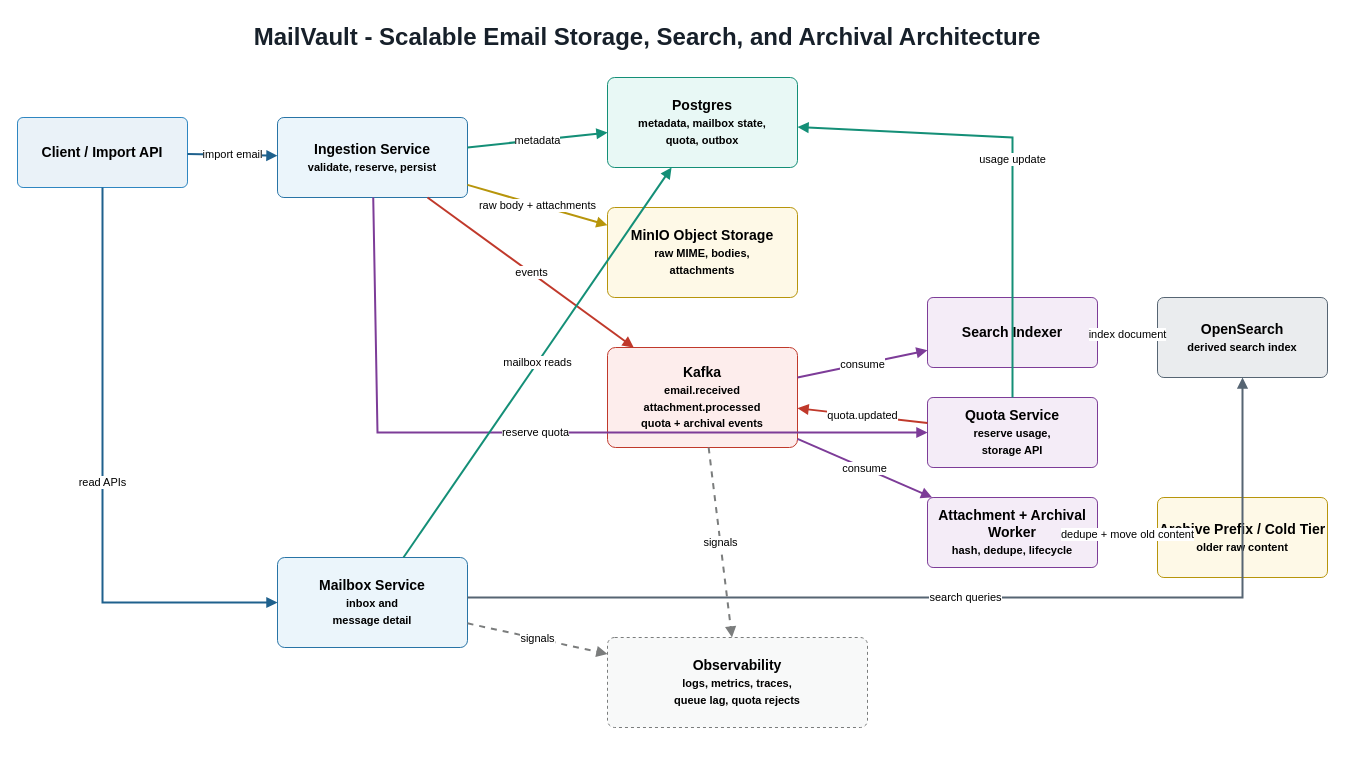
Earlier version of the draw.io diagram docs/architecture.drawio (AbhinavMantri/mailvault). Source tidied: cells renumbered, new cells numbered last; positions are measured from the earlier drawing's top-left corner, leaving out a move shared by most shapes. Both pictures are drawn from the tidied source at 100%, with x=0, y=0 at pixel (17, 17).
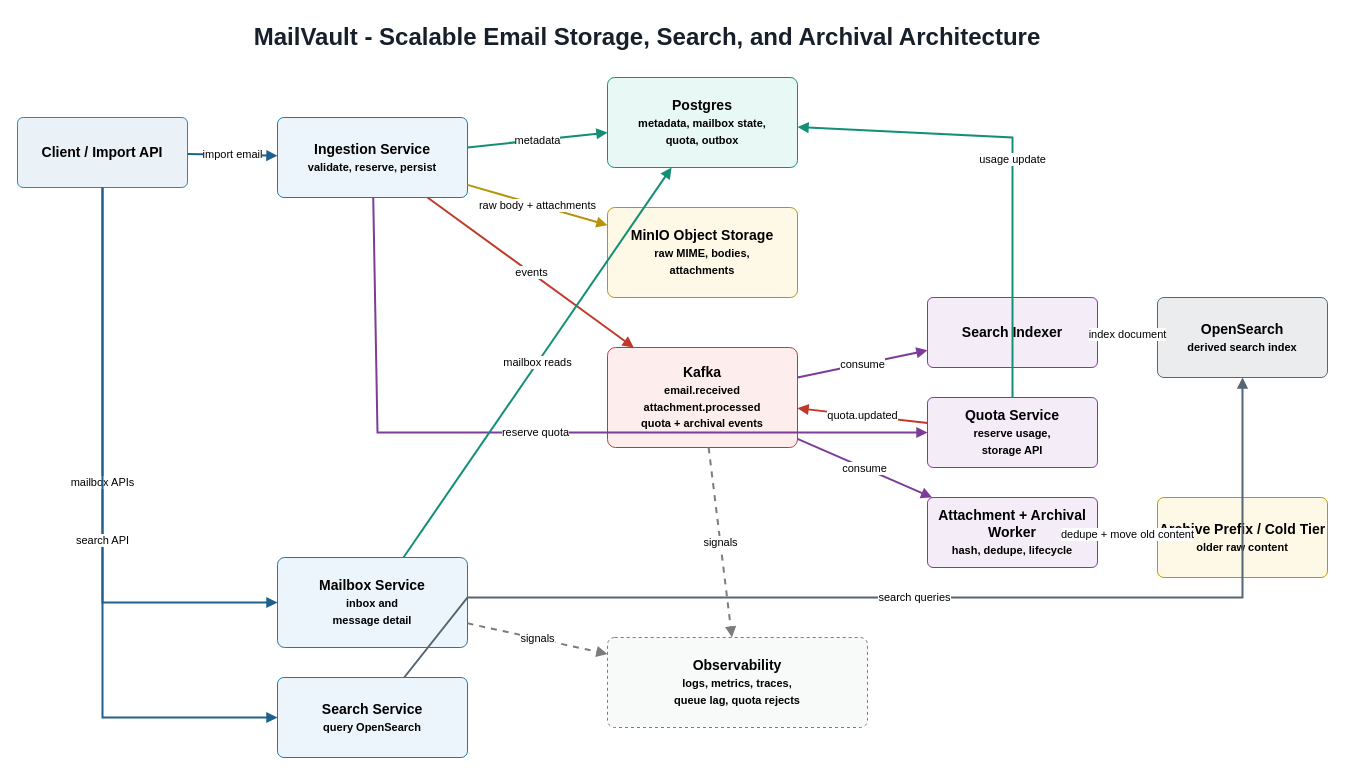
The same page after the edit.

The change refers to these unchanged cells:
```xml
<mxCell id="3" value="Client / Import API" style="rounded=1;whiteSpace=wrap;html=1;arcSize=8;fillColor=#EAF2F8;strokeColor=#2E86C1;fontSize=14;fontStyle=1;" parent="1" vertex="1">
  <mxGeometry y="100" width="170" height="70" as="geometry" />
</mxCell>
<mxCell id="11" value="OpenSearch&lt;br&gt;&lt;font style=&quot;font-size: 11px;&quot;&gt;derived search index&lt;/font&gt;" style="rounded=1;whiteSpace=wrap;html=1;arcSize=8;fillColor=#EAECEE;strokeColor=#566573;fontSize=14;fontStyle=1;" parent="1" vertex="1">
  <mxGeometry x="1140" y="280" width="170" height="80" as="geometry" />
</mxCell>
<mxCell id="12" value="Mailbox Service&lt;br&gt;&lt;font style=&quot;font-size: 11px;&quot;&gt;inbox and&lt;br&gt;message detail&lt;/font&gt;" style="rounded=1;whiteSpace=wrap;html=1;arcSize=8;fillColor=#EBF5FB;strokeColor=#2874A6;fontSize=14;fontStyle=1;" parent="1" vertex="1">
  <mxGeometry x="260" y="540" width="190" height="90" as="geometry" />
</mxCell>
```

Diff of the diagram source:
```diff
@@
+    <mxCell id="31" value="Search Service&lt;br&gt;&lt;font style=&quot;font-size: 11px;&quot;&gt;query OpenSearch&lt;/font&gt;" style="rounded=1;whiteSpace=wrap;html=1;arcSize=8;fillColor=#EBF5FB;strokeColor=#2874A6;fontSize=14;fontStyle=1;" parent="1" vertex="1">
+      <mxGeometry x="260" y="660" width="190" height="80" as="geometry" />
+    </mxCell>
@@
-    <mxCell id="27" value="search queries" style="endArrow=block;html=1;rounded=0;strokeWidth=2;strokeColor=#566573;fontSize=11;" parent="1" edge="1" source="12" target="11">
+    <mxCell id="27" value="search queries" style="endArrow=block;html=1;rounded=0;strokeWidth=2;strokeColor=#566573;fontSize=11;" parent="1" edge="1" source="31" target="11">
       <mxGeometry relative="1" as="geometry">
         <Array as="points">
           <mxPoint x="450" y="580" />
           <mxPoint x="1225" y="580" />
         </Array>
       </mxGeometry>
     </mxCell>
-    <mxCell id="28" value="read APIs" style="endArrow=block;html=1;rounded=0;strokeWidth=2;strokeColor=#1F618D;fontSize=11;" parent="1" edge="1" source="3" target="12">
+    <mxCell id="28" value="mailbox APIs" style="endArrow=block;html=1;rounded=0;strokeWidth=2;strokeColor=#1F618D;fontSize=11;" parent="1" edge="1" source="3" target="12">
       <mxGeometry relative="1" as="geometry">
         <Array as="points">
           <mxPoint x="85" y="585" />
         </Array>
       </mxGeometry>
     </mxCell>
+    <mxCell id="32" value="search API" style="endArrow=block;html=1;rounded=0;strokeWidth=2;strokeColor=#1F618D;fontSize=11;" parent="1" edge="1" source="3" target="31">
+      <mxGeometry relative="1" as="geometry">
+        <Array as="points">
+          <mxPoint x="85" y="700" />
+        </Array>
+      </mxGeometry>
+    </mxCell>
```
